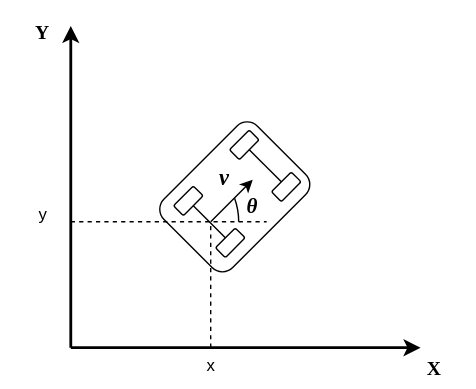
MarcoMinarelli/Rover_LabAuto keeps this draw.io diagram as relazione/img/SMC.svg. Above is the earlier version. Source tidied: cells renumbered, new cells last; positions are measured from the earlier drawing's top-left corner, leaving out a move shared by most shapes. The source it was exported from:
```xml
<mxGraphModel>
  <root>
    <mxCell id="0" />
    <mxCell id="1" parent="0" />
    <mxCell id="2" style="rounded=1;whiteSpace=wrap;html=1;rotation=-45;direction=east;" parent="1" vertex="1">
      <mxGeometry x="120" y="97.5" width="94.4" height="69.4" as="geometry" />
    </mxCell>
    <mxCell id="3" style="rounded=1;whiteSpace=wrap;html=1;rotation=-45;direction=east;" parent="1" vertex="1">
      <mxGeometry x="194" y="120" width="20" height="10" as="geometry" />
    </mxCell>
    <mxCell id="4" style="rounded=1;whiteSpace=wrap;html=1;rotation=-45;direction=east;" parent="1" vertex="1">
      <mxGeometry x="164" y="90" width="20" height="10" as="geometry" />
    </mxCell>
    <mxCell id="5" style="endArrow=none;html=1;rounded=0;exitX=0.5;exitY=1;exitDx=0;exitDy=0;entryX=0.5;entryY=0;entryDx=0;entryDy=0;" parent="1" edge="1" source="4" target="3">
      <mxGeometry relative="1" as="geometry" />
    </mxCell>
    <mxCell id="6" style="endArrow=classic;html=1;rounded=0;strokeColor=default;fontStyle=1;strokeWidth=2;" parent="1" edge="1">
      <mxGeometry relative="1" as="geometry">
        <mxPoint x="50" y="240" as="sourcePoint" />
        <mxPoint x="50" y="10" as="targetPoint" />
      </mxGeometry>
    </mxCell>
    <mxCell id="7" style="endArrow=classic;html=1;rounded=0;strokeWidth=2;" parent="1" edge="1">
      <mxGeometry relative="1" as="geometry">
        <mxPoint x="50" y="240" as="sourcePoint" />
        <mxPoint x="300" y="240" as="targetPoint" />
      </mxGeometry>
    </mxCell>
    <mxCell id="8" style="rounded=1;whiteSpace=wrap;html=1;rotation=-45;direction=east;" parent="1" vertex="1">
      <mxGeometry x="154" y="160" width="20" height="10" as="geometry" />
    </mxCell>
    <mxCell id="9" style="rounded=1;whiteSpace=wrap;html=1;rotation=-45;direction=east;" parent="1" vertex="1">
      <mxGeometry x="124" y="130" width="20" height="10" as="geometry" />
    </mxCell>
    <mxCell id="10" style="endArrow=none;html=1;rounded=0;exitX=0.5;exitY=1;exitDx=0;exitDy=0;entryX=0.5;entryY=0;entryDx=0;entryDy=0;" parent="1" edge="1" source="9" target="8">
      <mxGeometry relative="1" as="geometry" />
    </mxCell>
    <mxCell id="11" value="&lt;b&gt;&lt;font style=&quot;font-size: 14.04px;&quot; face=&quot;Garamond&quot;&gt;X&lt;/font&gt;&lt;/b&gt;" style="text;html=1;align=center;verticalAlign=middle;whiteSpace=wrap;rounded=0;" parent="1" vertex="1">
      <mxGeometry x="280" y="240" width="60" height="30" as="geometry" />
    </mxCell>
    <mxCell id="12" value="&lt;h3&gt;&lt;b&gt;&lt;font face=&quot;Garamond&quot;&gt;Y&lt;/font&gt;&lt;/b&gt;&lt;/h3&gt;" style="text;html=1;align=center;verticalAlign=middle;whiteSpace=wrap;rounded=0;" parent="1" vertex="1">
      <mxGeometry width="60" height="30" as="geometry" />
    </mxCell>
    <mxCell id="13" style="endArrow=none;dashed=1;html=1;rounded=0;" parent="1" edge="1">
      <mxGeometry relative="1" as="geometry">
        <mxPoint x="150" y="240" as="sourcePoint" />
        <mxPoint x="150" y="150" as="targetPoint" />
      </mxGeometry>
    </mxCell>
    <mxCell id="14" style="endArrow=none;dashed=1;html=1;rounded=0;entryX=0.75;entryY=1;entryDx=0;entryDy=0;" parent="1" edge="1" target="19">
      <mxGeometry relative="1" as="geometry">
        <mxPoint x="50" y="150" as="sourcePoint" />
      </mxGeometry>
    </mxCell>
    <mxCell id="15" value="x" style="text;html=1;align=center;verticalAlign=middle;strokeColor=none;fillColor=none;" parent="1" vertex="1">
      <mxGeometry x="135" y="238" width="30" height="30" as="geometry" />
    </mxCell>
    <mxCell id="16" value="y" style="text;html=1;align=center;verticalAlign=middle;strokeColor=none;fillColor=none;" parent="1" vertex="1">
      <mxGeometry x="15" y="130" width="30" height="30" as="geometry" />
    </mxCell>
    <mxCell id="17" style="endArrow=classic;html=1;rounded=0;" parent="1" edge="1">
      <mxGeometry relative="1" as="geometry">
        <mxPoint x="150" y="150" as="sourcePoint" />
        <mxPoint x="180" y="120" as="targetPoint" />
        <Array as="points">
          <mxPoint x="160" y="140" />
        </Array>
      </mxGeometry>
    </mxCell>
    <mxCell id="18" style="verticalLabelPosition=bottom;verticalAlign=top;html=1;shape=mxgraph.basic.arc;startAngle=0.4451869736120527;endAngle=0.5;rotation=-90;" parent="1" vertex="1">
      <mxGeometry x="70" y="100" width="100" height="100" as="geometry" />
    </mxCell>
    <mxCell id="19" value="&lt;p class=&quot;MsoNormal&quot;&gt;&lt;i&gt;&lt;span style=&quot;line-height: 107%;&quot;&gt;&lt;font face=&quot;Garamond&quot; style=&quot;font-size: 15px;&quot;&gt;&lt;b&gt;θ&lt;/b&gt;&lt;/font&gt;&lt;/span&gt;&lt;/i&gt;&lt;/p&gt;" style="text;html=1;align=center;verticalAlign=middle;whiteSpace=wrap;rounded=0;" parent="1" vertex="1">
      <mxGeometry x="160" y="130" width="40" height="20" as="geometry" />
    </mxCell>
    <mxCell id="20" value="&lt;p class=&quot;MsoNormal&quot;&gt;&lt;i&gt;&lt;span style=&quot;line-height: 107%;&quot;&gt;&lt;font size=&quot;1&quot; face=&quot;Garamond&quot; style=&quot;&quot;&gt;&lt;b style=&quot;font-size: 16px;&quot;&gt;v&lt;/b&gt;&lt;/font&gt;&lt;/span&gt;&lt;/i&gt;&lt;/p&gt;" style="text;html=1;align=center;verticalAlign=middle;whiteSpace=wrap;rounded=0;" parent="1" vertex="1">
      <mxGeometry x="140" y="110" width="40" height="20" as="geometry" />
    </mxCell>
  </root>
</mxGraphModel>
```
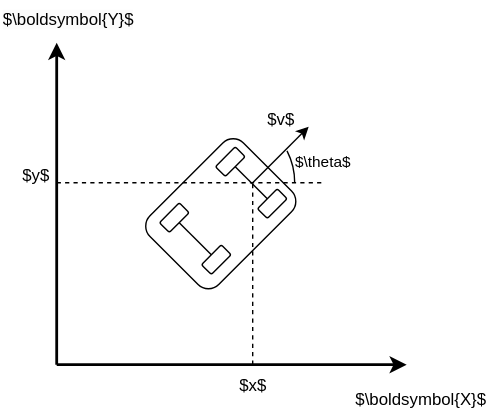
The same file after the commit.

The edit, as a diff of the source:
```diff
@@ -35,46 +35,44 @@
     <mxCell id="10" style="endArrow=none;html=1;rounded=0;exitX=0.5;exitY=1;exitDx=0;exitDy=0;entryX=0.5;entryY=0;entryDx=0;entryDy=0;" parent="1" edge="1" source="9" target="8">
       <mxGeometry relative="1" as="geometry" />
     </mxCell>
-    <mxCell id="11" value="&lt;b&gt;&lt;font style=&quot;font-size: 14.04px;&quot; face=&quot;Garamond&quot;&gt;X&lt;/font&gt;&lt;/b&gt;" style="text;html=1;align=center;verticalAlign=middle;whiteSpace=wrap;rounded=0;" parent="1" vertex="1">
-      <mxGeometry x="280" y="240" width="60" height="30" as="geometry" />
-    </mxCell>
-    <mxCell id="12" value="&lt;h3&gt;&lt;b&gt;&lt;font face=&quot;Garamond&quot;&gt;Y&lt;/font&gt;&lt;/b&gt;&lt;/h3&gt;" style="text;html=1;align=center;verticalAlign=middle;whiteSpace=wrap;rounded=0;" parent="1" vertex="1">
-      <mxGeometry width="60" height="30" as="geometry" />
-    </mxCell>
     <mxCell id="13" style="endArrow=none;dashed=1;html=1;rounded=0;" parent="1" edge="1">
       <mxGeometry relative="1" as="geometry">
-        <mxPoint x="150" y="240" as="sourcePoint" />
-        <mxPoint x="150" y="150" as="targetPoint" />
+        <mxPoint x="190" y="240" as="sourcePoint" />
+        <mxPoint x="190" y="110" as="targetPoint" />
       </mxGeometry>
     </mxCell>
-    <mxCell id="14" style="endArrow=none;dashed=1;html=1;rounded=0;entryX=0.75;entryY=1;entryDx=0;entryDy=0;" parent="1" edge="1" target="19">
-      <mxGeometry relative="1" as="geometry">
-        <mxPoint x="50" y="150" as="sourcePoint" />
-      </mxGeometry>
-    </mxCell>
-    <mxCell id="15" value="x" style="text;html=1;align=center;verticalAlign=middle;strokeColor=none;fillColor=none;" parent="1" vertex="1">
-      <mxGeometry x="135" y="238" width="30" height="30" as="geometry" />
-    </mxCell>
-    <mxCell id="16" value="y" style="text;html=1;align=center;verticalAlign=middle;strokeColor=none;fillColor=none;" parent="1" vertex="1">
-      <mxGeometry x="15" y="130" width="30" height="30" as="geometry" />
-    </mxCell>
-    <mxCell id="17" style="endArrow=classic;html=1;rounded=0;" parent="1" edge="1">
-      <mxGeometry relative="1" as="geometry">
-        <mxPoint x="150" y="150" as="sourcePoint" />
-        <mxPoint x="180" y="120" as="targetPoint" />
-        <Array as="points">
-          <mxPoint x="160" y="140" />
-        </Array>
-      </mxGeometry>
-    </mxCell>
-    <mxCell id="18" style="verticalLabelPosition=bottom;verticalAlign=top;html=1;shape=mxgraph.basic.arc;startAngle=0.4451869736120527;endAngle=0.5;rotation=-90;" parent="1" vertex="1">
-      <mxGeometry x="70" y="100" width="100" height="100" as="geometry" />
+    <mxCell id="18" style="verticalLabelPosition=bottom;verticalAlign=top;html=1;shape=mxgraph.basic.arc;startAngle=0.42476791426564264;endAngle=0.5;rotation=-90;" parent="1" vertex="1">
+      <mxGeometry x="120" y="60" width="100" height="100" as="geometry" />
     </mxCell>
-    <mxCell id="19" value="&lt;p class=&quot;MsoNormal&quot;&gt;&lt;i&gt;&lt;span style=&quot;line-height: 107%;&quot;&gt;&lt;font face=&quot;Garamond&quot; style=&quot;font-size: 15px;&quot;&gt;&lt;b&gt;θ&lt;/b&gt;&lt;/font&gt;&lt;/span&gt;&lt;/i&gt;&lt;/p&gt;" style="text;html=1;align=center;verticalAlign=middle;whiteSpace=wrap;rounded=0;" parent="1" vertex="1">
-      <mxGeometry x="160" y="130" width="40" height="20" as="geometry" />
-    </mxCell>
-    <mxCell id="20" value="&lt;p class=&quot;MsoNormal&quot;&gt;&lt;i&gt;&lt;span style=&quot;line-height: 107%;&quot;&gt;&lt;font size=&quot;1&quot; face=&quot;Garamond&quot; style=&quot;&quot;&gt;&lt;b style=&quot;font-size: 16px;&quot;&gt;v&lt;/b&gt;&lt;/font&gt;&lt;/span&gt;&lt;/i&gt;&lt;/p&gt;" style="text;html=1;align=center;verticalAlign=middle;whiteSpace=wrap;rounded=0;" parent="1" vertex="1">
-      <mxGeometry x="140" y="110" width="40" height="20" as="geometry" />
-    </mxCell>
+    <mxCell id="21" value="&lt;font style=&quot;font-size: 11px;&quot;&gt;$\theta$&lt;/font&gt;" style="text;html=1;align=center;verticalAlign=middle;strokeColor=none;fillColor=none;" parent="1" vertex="1">
+      <mxGeometry x="210" y="80" width="60" height="30" as="geometry" />
+    </mxCell>
+    <mxCell id="22" value="$\boldsymbol{X}$" style="text;html=1;align=center;verticalAlign=middle;strokeColor=none;fillColor=none;" parent="1" vertex="1">
+      <mxGeometry x="250" y="250" width="120" height="30" as="geometry" />
+    </mxCell>
+    <mxCell id="23" value="$x$" style="text;html=1;align=center;verticalAlign=middle;strokeColor=none;fillColor=none;" parent="1" vertex="1">
+      <mxGeometry x="170" y="240" width="40" height="30" as="geometry" />
+    </mxCell>
+    <mxCell id="24" value="&lt;span style=&quot;color: rgb(0, 0, 0); font-family: Helvetica; font-size: 12px; font-style: normal; font-variant-ligatures: normal; font-variant-caps: normal; font-weight: 400; letter-spacing: normal; orphans: 2; text-align: center; text-indent: 0px; text-transform: none; widows: 2; word-spacing: 0px; -webkit-text-stroke-width: 0px; white-space: nowrap; background-color: rgb(251, 251, 251); text-decoration-thickness: initial; text-decoration-style: initial; text-decoration-color: initial; display: inline !important; float: none;&quot;&gt;$\boldsymbol{Y}$&lt;/span&gt;" style="text;whiteSpace=wrap;html=1;" parent="1" vertex="1">
+      <mxGeometry x="10" y="-20" width="130" height="40" as="geometry" />
+    </mxCell>
+    <mxCell id="25" value="$y$" style="text;html=1;align=center;verticalAlign=middle;strokeColor=none;fillColor=none;" parent="1" vertex="1">
+      <mxGeometry x="15" y="90" width="40" height="30" as="geometry" />
+    </mxCell>
+    <mxCell id="26" style="endArrow=none;dashed=1;html=1;rounded=0;" parent="1" edge="1">
+      <mxGeometry relative="1" as="geometry">
+        <mxPoint x="50" y="110" as="sourcePoint" />
+        <mxPoint x="240" y="110" as="targetPoint" />
+      </mxGeometry>
+    </mxCell>
+    <mxCell id="27" value="$v$" style="text;html=1;align=center;verticalAlign=middle;strokeColor=none;fillColor=none;" parent="1" vertex="1">
+      <mxGeometry x="190" y="50" width="40" height="30" as="geometry" />
+    </mxCell>
+    <mxCell id="28" style="endArrow=classic;html=1;rounded=0;" parent="1" edge="1">
+      <mxGeometry relative="1" as="geometry">
+        <mxPoint x="190" y="110" as="sourcePoint" />
+        <mxPoint x="230" y="70" as="targetPoint" />
+      </mxGeometry>
+    </mxCell>
   </root>
 </mxGraphModel>
```
